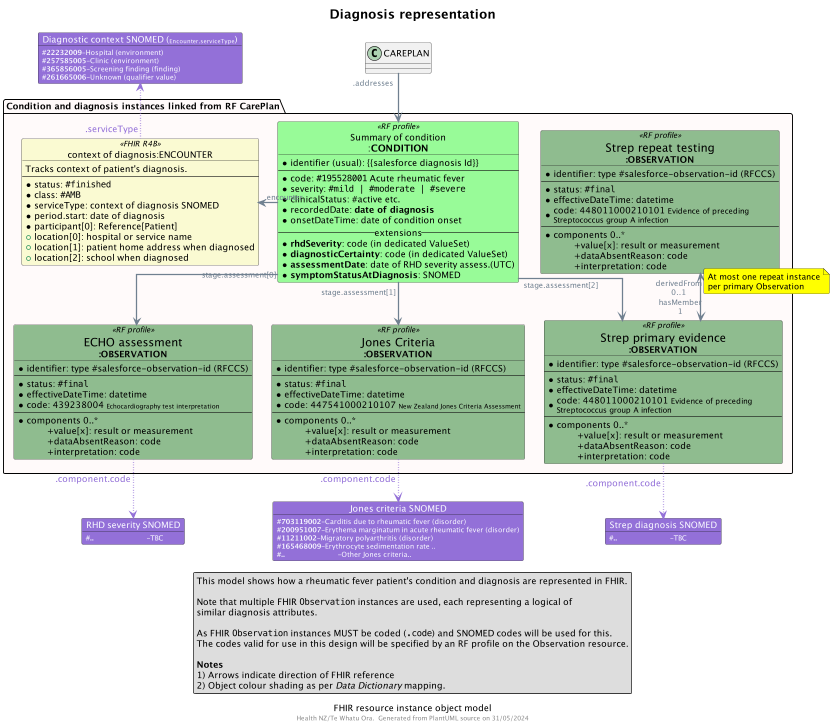
tijijose/cinc-fhir-ig keeps this PlantUML diagram as input/images/obj-FHIR-data-diagnosis.png. Above is the earlier version.
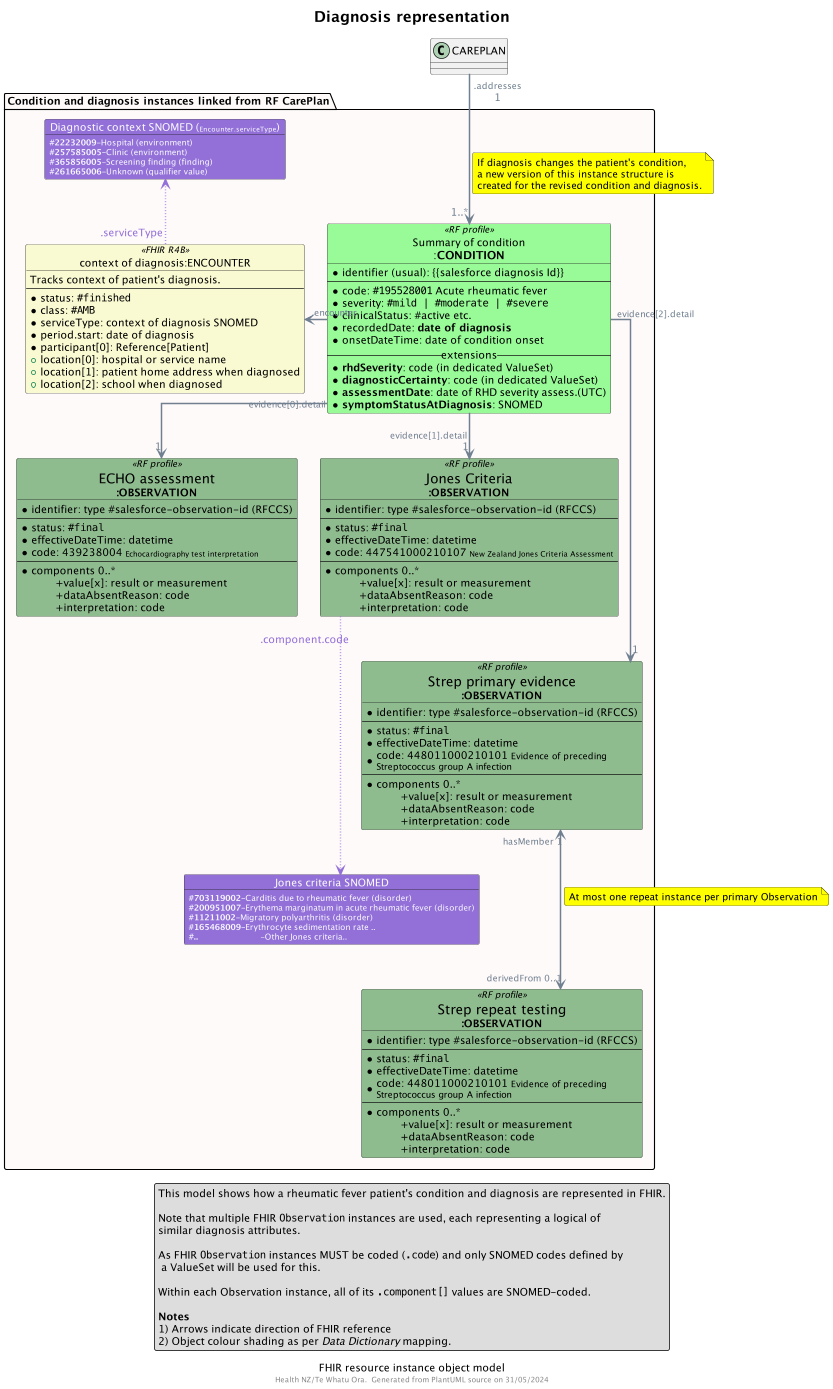
The same diagram one commit later.

Commit message:
Revised RF profile of Condition and added new profile of Observation; added example of Jones Criteria diagnosis"

What changed in the source:
```diff
@@ -3,7 +3,7 @@
 top to bottom direction
 skinparam dpi 200
 allow_mixing
-scale 400 width
+scale 400*900
 
 skinparam ActivityDiamondBackgroundColor #RoyalBlue
 skinparam ArrowColor #SlateGrey
@@ -120,42 +120,40 @@
     \t+interpretation: code
   }
 
+  $Coding(EncContext,"Diagnostic context SNOMED (<size:9>Encounter.serviceType</size>)","#22232009","Hospital (environment)")
+  $Coding(EncContext,"Diagnostic context SNOMED (<size:9>Encounter.serviceType</size>)","#257585005","Clinic (environment)")
+  $Coding(EncContext,"Diagnostic context SNOMED (<size:9>Encounter.serviceType</size>)","#365856005","Screening finding (finding)")
+  $Coding(EncContext,"Diagnostic context SNOMED (<size:9>Encounter.serviceType</size>)","#261665006","Unknown (qualifier value)")
 
+  $Coding(JONESCODING,"Jones criteria SNOMED","#703119002","Carditis due to rheumatic fever (disorder)")
+  $Coding(JONESCODING,"Jones criteria SNOMED","#200951007","Erythema marginatum in acute rheumatic fever (disorder)")
+  $Coding(JONESCODING,"Jones criteria SNOMED","#11211002","Migratory polyarthritis (disorder)")
+  $Coding(JONESCODING,"Jones criteria SNOMED","#165468009","Erythrocyte sedimentation rate ..")
+  $Coding(JONESCODING,"Jones criteria SNOMED","#..\t\t\t","Other Jones criteria..")
 
 }
 
-$Coding(EncContext,"Diagnostic context SNOMED (<size:9>Encounter.serviceType</size>)","#22232009","Hospital (environment)")
-$Coding(EncContext,"Diagnostic context SNOMED (<size:9>Encounter.serviceType</size>)","#257585005","Clinic (environment)")
-$Coding(EncContext,"Diagnostic context SNOMED (<size:9>Encounter.serviceType</size>)","#365856005","Screening finding (finding)")
-$Coding(EncContext,"Diagnostic context SNOMED (<size:9>Encounter.serviceType</size>)","#261665006","Unknown (qualifier value)")
 
-$Coding(JONESCODING,"Jones criteria SNOMED","#703119002","Carditis due to rheumatic fever (disorder)")
-$Coding(JONESCODING,"Jones criteria SNOMED","#200951007","Erythema marginatum in acute rheumatic fever (disorder)")
-$Coding(JONESCODING,"Jones criteria SNOMED","#11211002","Migratory polyarthritis (disorder)")
-$Coding(JONESCODING,"Jones criteria SNOMED","#165468009","Erythrocyte sedimentation rate ..")
-$Coding(JONESCODING,"Jones criteria SNOMED","#..\t\t\t","Other Jones criteria..")
+CAREPLAN ".addresses\n<size:14>1" ---> "<size:14>1..*" RFCOND
 
-$Coding(SEVCODING,"RHD severity SNOMED","#..\t\t\t","TBC")
-$Coding(STREPCODING,"Strep diagnosis SNOMED","#..\t\t\t","TBC")
-
-
-CAREPLAN ".addresses" --> RFCOND
+note on link #Yellow
+If diagnosis changes the patient's condition,
+a new version of this instance structure is
+created for the revised condition and diagnosis.
+endnote
 
 RFCOND ".encounter" -r-> DENCOUNTER
-RFCOND "stage.assessment[0]" -d-> OBS1
-RFCOND "stage.assessment[1]" -d-> OBS2
-RFCOND "stage.assessment[2]" -d-> OBS3
-OBS3 "hasMember\n1" <-[norank]-> "derivedFrom\n0..1" OBS4
+RFCOND "evidence[0].detail" -d-> "<size:14>1" OBS1
+RFCOND "\nevidence[1].detail" -d-> "<size:14>1" OBS2
+RFCOND "evidence[2].detail" -d--> "<size:14>1" OBS3
+OBS3 "hasMember 1" <-d--> "derivedFrom 0..1" OBS4
 note on link #Yellow
-At most one repeat instance
-per primary Observation
+At most one repeat instance per primary Observation
 endnote
 
 DENCOUNTER "\n\n\n<color:MediumPurple><size:14>.serviceType" -[#MediumPurple,dotted]u-> EncContext
 
-OBS1 "\n<color:MediumPurple><size:14>.component.code" -[#MediumPurple,dotted]d-> SEVCODING
-OBS2 "\n<color:MediumPurple><size:14>.component.code" -[#MediumPurple,dotted]d-> JONESCODING
-OBS3 "\n<color:MediumPurple><size:14>.component.code" -[#MediumPurple,dotted]d-> STREPCODING
+OBS2 "\n<color:MediumPurple><size:14>.component.code" -[#MediumPurple,dotted]--> JONESCODING
 
 legend bottom
   This model shows how a rheumatic fever patient's condition and diagnosis are represented in FHIR.
@@ -163,8 +161,10 @@
   Note that multiple FHIR ""Observation"" instances are used, each representing a logical of
   similar diagnosis attributes.
 
-  As FHIR ""Observation"" instances MUST be coded ("".code"") and SNOMED codes will be used for this.
-  The codes valid for use in this design will be specified by an RF profile on the Observation resource.
+  As FHIR ""Observation"" instances MUST be coded ("".code"") and only SNOMED codes defined by
+   a ValueSet will be used for this.
+
+  Within each Observation instance, all of its "".component[]"" values are SNOMED-coded.
 
   **Notes**
   1) Arrows indicate direction of FHIR reference
```
